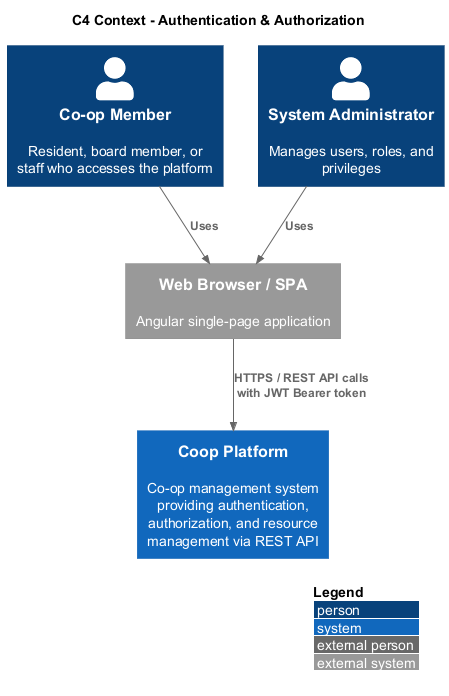
This is docs/detailed-designs/02-authentication-and-authorization/c4-context.png from QuinntyneBrown/Coop, a PlantUML export, as it was before one commit. The source it was exported from:
```plantuml
@startuml
!include https://raw.githubusercontent.com/plantuml-stdlib/C4-PlantUML/master/C4_Context.puml

LAYOUT_WITH_LEGEND()

title C4 Context - Authentication & Authorization

Person(member, "Co-op Member", "Resident, board member, or staff who accesses the platform")
Person(admin, "System Administrator", "Manages users, roles, and privileges")

System(coop, "Coop Platform", "Co-op management system providing authentication, authorization, and resource management via REST API")

System_Ext(browser, "Web Browser / SPA", "Angular single-page application")

Rel(member, browser, "Uses")
Rel(admin, browser, "Uses")
Rel(browser, coop, "HTTPS / REST API calls with JWT Bearer token")

@enduml
```
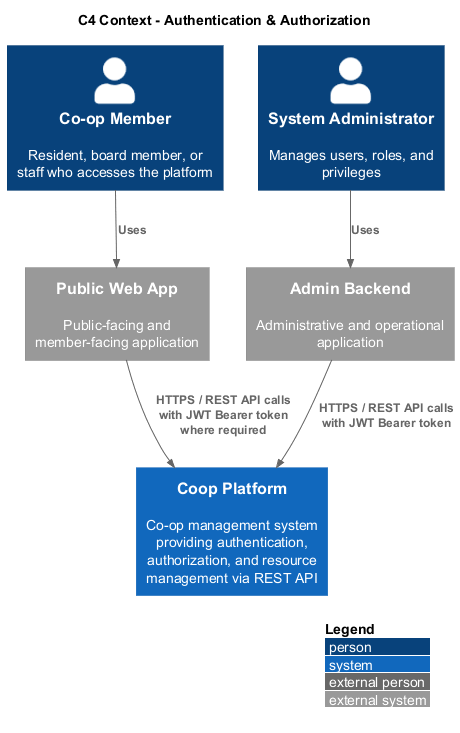
The same diagram one commit later.

What changed in the source:
```diff
@@ -9,11 +9,12 @@
 Person(admin, "System Administrator", "Manages users, roles, and privileges")
 
 System(coop, "Coop Platform", "Co-op management system providing authentication, authorization, and resource management via REST API")
+System_Ext(publicApp, "Public Web App", "Public-facing and member-facing application")
+System_Ext(adminApp, "Admin Backend", "Administrative and operational application")
 
-System_Ext(browser, "Web Browser / SPA", "Angular single-page application")
-
-Rel(member, browser, "Uses")
-Rel(admin, browser, "Uses")
-Rel(browser, coop, "HTTPS / REST API calls with JWT Bearer token")
+Rel(member, publicApp, "Uses")
+Rel(admin, adminApp, "Uses")
+Rel(publicApp, coop, "HTTPS / REST API calls with JWT Bearer token where required")
+Rel(adminApp, coop, "HTTPS / REST API calls with JWT Bearer token")
 
 @enduml
```
